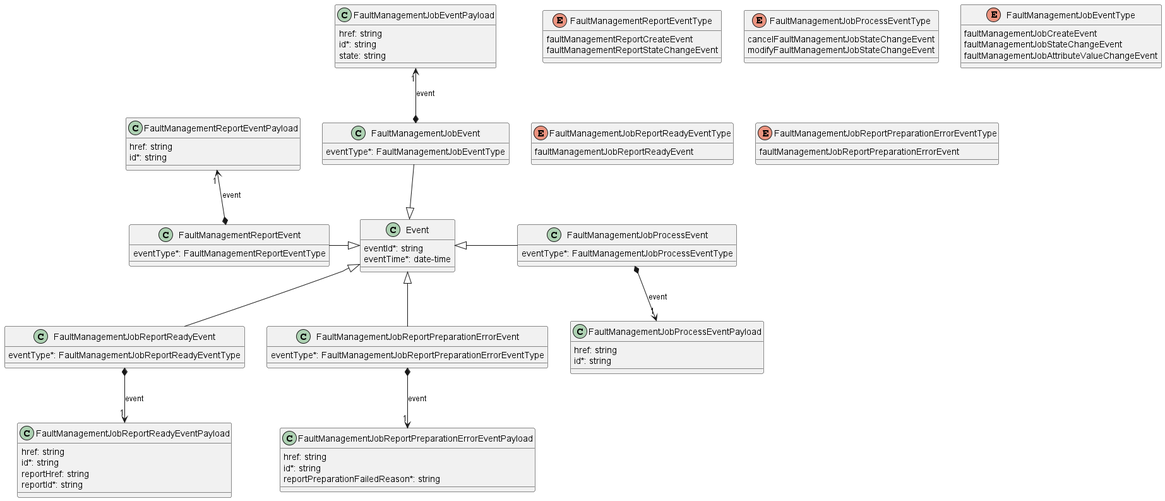
MEF-GIT/MEF-LSO-Legato-SDK keeps this PlantUML diagram as documentation/serviceApi/fm/media/faultManagementNotificationModel.png. Above is the earlier version.
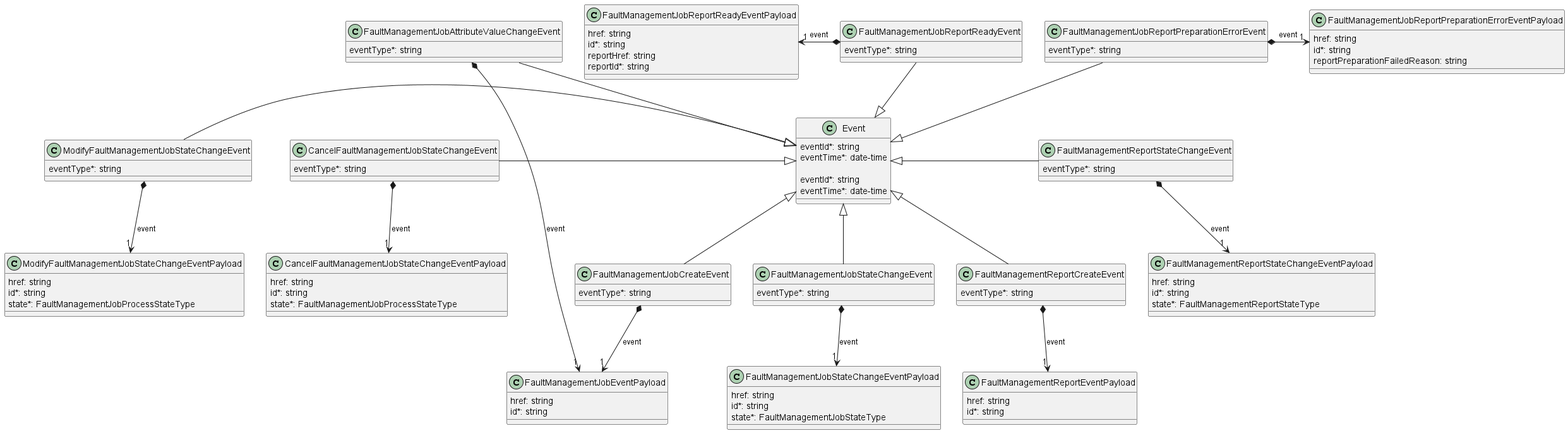
The same file after the commit.

Change to the diagram source:
```diff
@@ -5,27 +5,83 @@
     eventTime*: date-time
 }
 
-class FaultManagementJobEvent {
-    eventType*: FaultManagementJobEventType
+class CancelFaultManagementJobStateChangeEvent {
+
+    eventType*: string
 }
-Event <|-u- FaultManagementJobEvent
+Event <|-l- CancelFaultManagementJobStateChangeEvent
 
-FaultManagementJobEvent *-u->"1" FaultManagementJobEventPayload : event
+CancelFaultManagementJobStateChangeEvent *-->"1" CancelFaultManagementJobStateChangeEventPayload : event
+
+
+class CancelFaultManagementJobStateChangeEventPayload {
+
+    href: string
+    id*: string
+    state*: FaultManagementJobProcessStateType
+}
+
+class Event {
+
+    eventId*: string
+    eventTime*: date-time
+}
+
+
+
+class FaultManagementJobAttributeValueChangeEvent {
+
+    eventType*: string
+}
+Event <|-u- FaultManagementJobAttributeValueChangeEvent
+
+FaultManagementJobAttributeValueChangeEvent *-->"1" FaultManagementJobEventPayload : event
+
+
+class FaultManagementJobCreateEvent {
+
+    eventType*: string
+}
+Event <|-- FaultManagementJobCreateEvent
+
+FaultManagementJobCreateEvent *-->"1" FaultManagementJobEventPayload : event
+
 
 class FaultManagementJobEventPayload {
+
     href: string
     id*: string
-    state: string
 }
 
+class FaultManagementJobReportPreparationErrorEvent {
+
+    eventType*: string
+}
+Event <|-u- FaultManagementJobReportPreparationErrorEvent
+
+FaultManagementJobReportPreparationErrorEvent *-r->"1" FaultManagementJobReportPreparationErrorEventPayload : event
+
+
+class FaultManagementJobReportPreparationErrorEventPayload {
+
+    href: string
+    id*: string
+    reportPreparationFailedReason: string
+}
+
+
+
 class FaultManagementJobReportReadyEvent {
-    eventType*: FaultManagementJobReportReadyEventType
+
+    eventType*: string
 }
-Event <|-- FaultManagementJobReportReadyEvent
+Event <|-u- FaultManagementJobReportReadyEvent
 
-FaultManagementJobReportReadyEvent *-->"1" FaultManagementJobReportReadyEventPayload : event
+FaultManagementJobReportReadyEvent *-l->"1" FaultManagementJobReportReadyEventPayload : event
+
 
 class FaultManagementJobReportReadyEventPayload {
+
     href: string
     id*: string
     reportHref: string
@@ -33,65 +89,71 @@
 }
 
 
-class FaultManagementJobReportPreparationErrorEvent {
-    eventType*: FaultManagementJobReportPreparationErrorEventType
+
+class FaultManagementJobStateChangeEvent {
+
+    eventType*: string
 }
-Event <|-- FaultManagementJobReportPreparationErrorEvent
+Event <|-- FaultManagementJobStateChangeEvent
 
-FaultManagementJobReportPreparationErrorEvent *-->"1" FaultManagementJobReportPreparationErrorEventPayload : event
+FaultManagementJobStateChangeEvent *-->"1" FaultManagementJobStateChangeEventPayload : event
 
-class FaultManagementJobReportPreparationErrorEventPayload {
+
+class FaultManagementJobStateChangeEventPayload {
+
     href: string
     id*: string
-    reportPreparationFailedReason*: string
+    state*: FaultManagementJobStateType
 }
 
-class FaultManagementJobProcessEvent {
-    eventType*: FaultManagementJobProcessEventType
+class FaultManagementReportCreateEvent {
+
+    eventType*: string
 }
-Event <|-r- FaultManagementJobProcessEvent
+Event <|-- FaultManagementReportCreateEvent
 
-FaultManagementJobProcessEvent *-d->"1" FaultManagementJobProcessEventPayload : event
+FaultManagementReportCreateEvent *-->"1" FaultManagementReportEventPayload : event
 
-class FaultManagementJobProcessEventPayload {
+
+class FaultManagementReportEventPayload {
+
     href: string
     id*: string
 }
 
-class FaultManagementReportEvent {
-    eventType*: FaultManagementReportEventType
+
+
+class FaultManagementReportStateChangeEvent {
+
+    eventType*: string
 }
-Event <|-l- FaultManagementReportEvent
+Event <|-r- FaultManagementReportStateChangeEvent
 
-FaultManagementReportEvent *-u->"1" FaultManagementReportEventPayload : event
+FaultManagementReportStateChangeEvent *-->"1" FaultManagementReportStateChangeEventPayload : event
 
-class FaultManagementReportEventPayload {
+
+class FaultManagementReportStateChangeEventPayload {
+
     href: string
     id*: string
+    state*: FaultManagementReportStateType
 }
 
-enum FaultManagementReportEventType {
-    faultManagementReportCreateEvent
-    faultManagementReportStateChangeEvent
+class ModifyFaultManagementJobStateChangeEvent {
+
+    eventType*: string
+}
+Event <|-l- ModifyFaultManagementJobStateChangeEvent
+
+ModifyFaultManagementJobStateChangeEvent *-->"1" ModifyFaultManagementJobStateChangeEventPayload : event
+
+
+class ModifyFaultManagementJobStateChangeEventPayload {
+
+    href: string
+    id*: string
+    state*: FaultManagementJobProcessStateType
 }
 
-enum FaultManagementJobProcessEventType {
-    cancelFaultManagementJobStateChangeEvent
-    modifyFaultManagementJobStateChangeEvent
-}
-
-enum FaultManagementJobEventType {
-    faultManagementJobCreateEvent
-    faultManagementJobStateChangeEvent
-    faultManagementJobAttributeValueChangeEvent
-}
-
-enum FaultManagementJobReportReadyEventType {
-    faultManagementJobReportReadyEvent
-}
-
-enum FaultManagementJobReportPreparationErrorEventType {
-    faultManagementJobReportPreparationErrorEvent
-}
 
 @enduml
```
